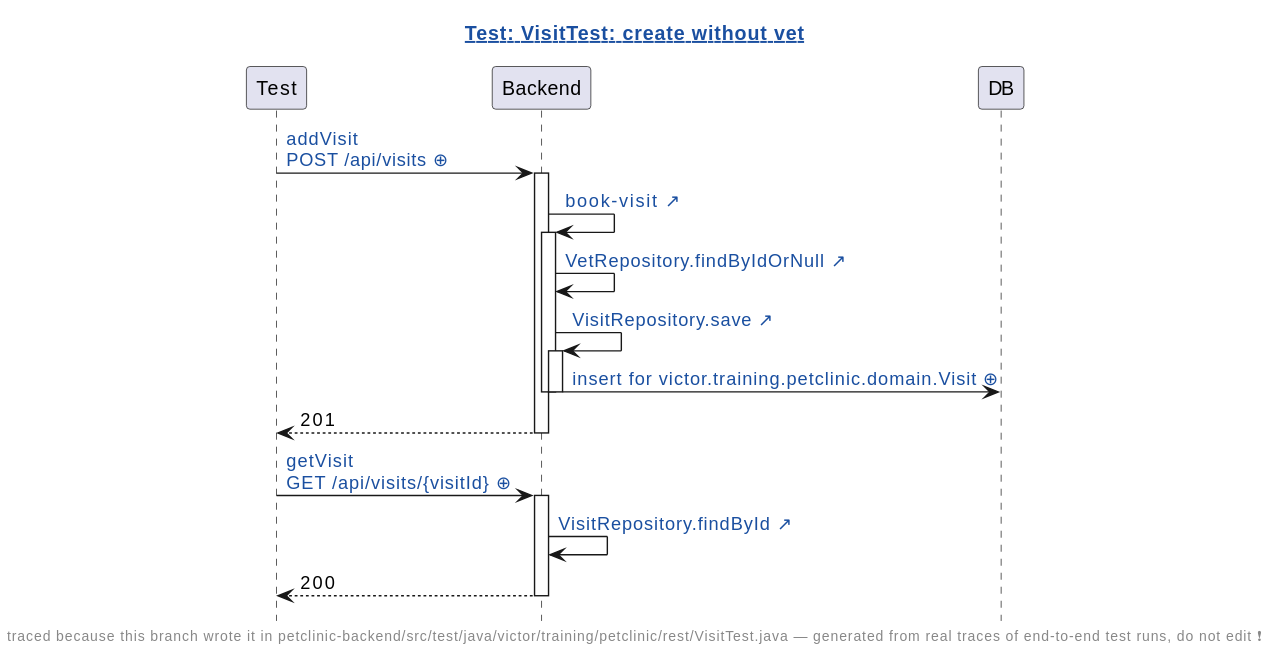
The PlantUML diagram demo/demo/assets/diagrams/petclinic-test_generated_VisitTest.java.create-without-vet.genseq.diff.svg in victorrentea/human-review, before a commit.
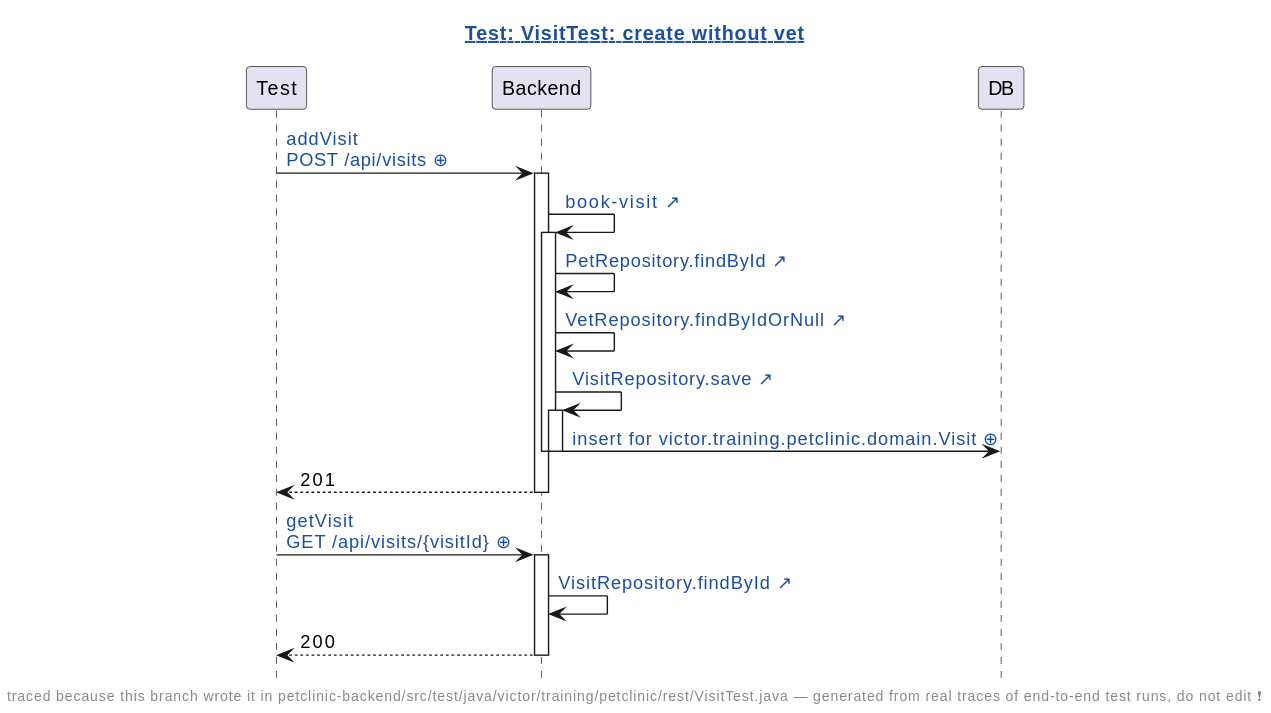
Above is the later version.

Diff of the diagram source:
```diff
@@ -4,19 +4,20 @@
 skinparam hyperlinkColor #1A4FA0
 skinparam sequenceGroupFontColor #888888
 skinparam sequenceGroupFontStyle plain
-title [[src://petclinic-backend/src/test/java/victor/training/petclinic/rest/VisitTest.java:256{Click to open the test} Test: VisitTest: create without vet]]
+title [[src://petclinic-backend/src/test/java/victor/training/petclinic/rest/VisitTest.java:346{Click to open the test} Test: VisitTest: create without vet]]
 footer traced because this branch wrote it in petclinic-backend/src/test/java/victor/training/petclinic/rest/VisitTest.java — generated from real traces of end-to-end test runs, do not edit ❗
 participant Test
 participant Backend
 participant DB
 Test -> Backend: [[genseq://0rymiqj{Click for the request as it was sent} addVisit\nPOST /api/visits ⊕]]
 activate Backend
-Backend -> Backend: [[src://petclinic-backend/src/main/java/victor/training/petclinic/rest/VisitRestController.java:72{Click to open VisitRestController.bookVisit} book-visit ↗]]
+Backend -> Backend: [[src://petclinic-backend/src/main/java/victor/training/petclinic/rest/VisitRestController.java:77{Click to open VisitRestController.bookVisit} book-visit ↗]]
 activate Backend
+Backend -> Backend: [[src://petclinic-backend/src/main/java/victor/training/petclinic/repository/PetRepository.java:16{Click to open PetRepository.findById} PetRepository.findById ↗]]
 Backend -> Backend: [[src://petclinic-backend/src/main/java/victor/training/petclinic/repository/VetRepository.java:19{Click to open VetRepository.findByIdOrNull} VetRepository.findByIdOrNull ↗]]
 Backend -> Backend: [[src://petclinic-backend/src/main/java/victor/training/petclinic/repository/VisitRepository.java:14{Click to open VisitRepository.save} VisitRepository.save ↗]]
 activate Backend
-Backend -> DB: [[genseq://1k65kuu{Click for the statement behind this call} insert for victor.training.petclinic.domain.Visit ⊕]]
+Backend -> DB: [[genseq://0mjxzx9{Click for the statement behind this call} insert for victor.training.petclinic.domain.Visit ⊕]]
 deactivate Backend
 deactivate Backend
 Backend --> Test: 201
```
